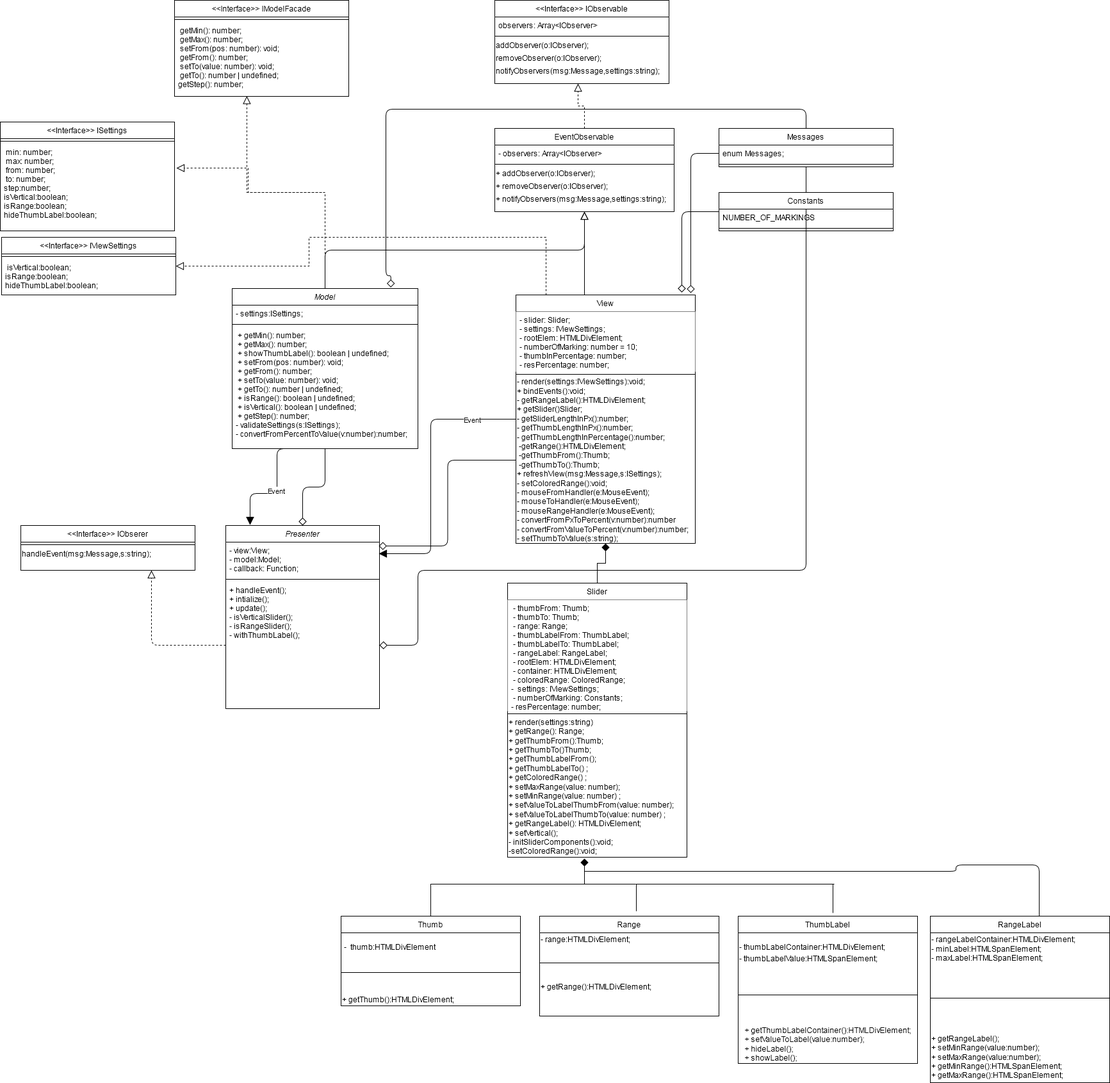
mvodev/FSDCourse4 keeps this draw.io diagram as docs/FSDCourse4UMLDiagram.png. Above is the earlier version. Source tidied: cells renumbered, new cells last; positions are measured from the earlier drawing's top-left corner, leaving out a move shared by most shapes.
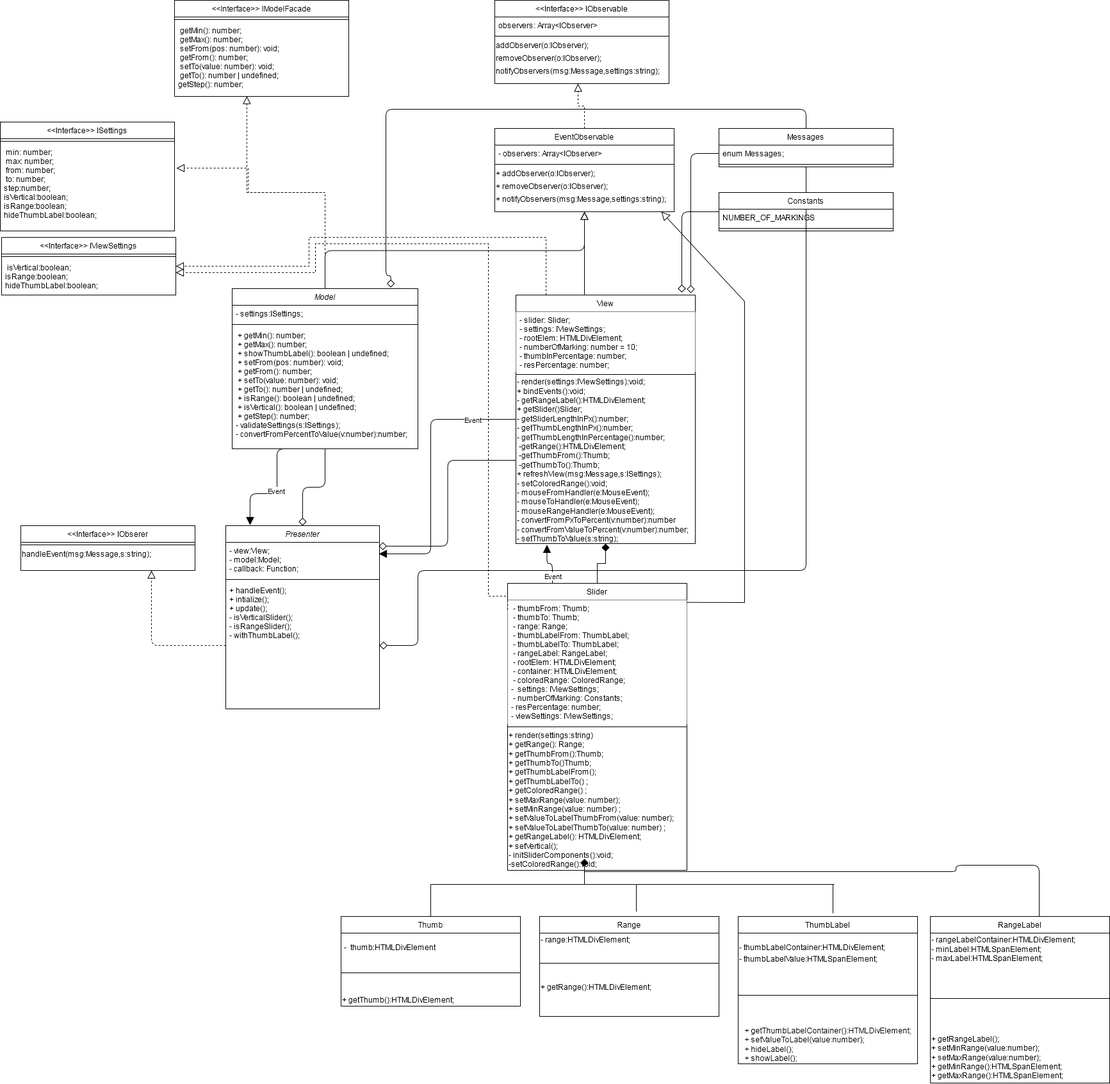
After the change.

Commit message:
UML diagram changed

Diff of the diagram source:
```diff
@@ -134,16 +134,16 @@
       <mxGeometry relative="1" as="geometry" />
     </mxCell>
     <mxCell id="39" value="Slider&#10;" style="swimlane;fontStyle=0;align=center;verticalAlign=top;horizontal=1;startSize=26;rounded=0;shadow=0;strokeWidth=1;" parent="1" vertex="1">
-      <mxGeometry x="792" y="910" width="280" height="428" as="geometry" />
+      <mxGeometry x="792" y="910" width="280" height="448" as="geometry" />
     </mxCell>
-    <mxCell id="40" value=" - thumbFrom: Thumb;&#10; - thumbTo: Thumb;&#10; - range: Range;&#10; - thumbLabelFrom: ThumbLabel;&#10; - thumbLabelTo: ThumbLabel;&#10; - rangeLabel: RangeLabel;&#10; - rootElem: HTMLDivElement;&#10; - container: HTMLDivElement;&#10; - coloredRange: ColoredRange;&#10;-  settings: IViewSettings;&#10; - numberOfMarking: Constants;&#10;- resPercentage: number;&#10;" style="text;align=left;verticalAlign=top;spacingLeft=4;spacingRight=4;overflow=hidden;points=[[0,0.5],[1,0.5]];portConstraint=eastwest;fillColor=#ffffff;" parent="39" vertex="1">
-      <mxGeometry y="26" width="280" height="174" as="geometry" />
+    <mxCell id="40" value=" - thumbFrom: Thumb;&#10; - thumbTo: Thumb;&#10; - range: Range;&#10; - thumbLabelFrom: ThumbLabel;&#10; - thumbLabelTo: ThumbLabel;&#10; - rangeLabel: RangeLabel;&#10; - rootElem: HTMLDivElement;&#10; - container: HTMLDivElement;&#10; - coloredRange: ColoredRange;&#10;-  settings: IViewSettings;&#10; - numberOfMarking: Constants;&#10;- resPercentage: number;&#10;- viewSettings: IViewSettings;&#10;&#10;" style="text;align=left;verticalAlign=top;spacingLeft=4;spacingRight=4;overflow=hidden;points=[[0,0.5],[1,0.5]];portConstraint=eastwest;fillColor=#ffffff;" parent="39" vertex="1">
+      <mxGeometry y="26" width="280" height="194" as="geometry" />
     </mxCell>
     <mxCell id="41" style="line;html=1;strokeWidth=1;align=left;verticalAlign=middle;spacingTop=-1;spacingLeft=3;spacingRight=3;labelPosition=right;" parent="39" vertex="1">
-      <mxGeometry y="200" width="280" height="8" as="geometry" />
+      <mxGeometry y="220" width="280" height="8" as="geometry" />
     </mxCell>
     <mxCell id="42" value="&lt;div align=&quot;left&quot;&gt;+ render(settings:string)&lt;br&gt;+ getRange(): Range;&lt;br&gt;+ getThumbFrom():Thumb;&lt;br&gt;+ getThumbTo()Thumb;&lt;br&gt;+ getThumbLabelFrom();&lt;br&gt;+ getThumbLabelTo() ;&lt;br&gt;+ getColoredRange() ;&lt;br&gt;+ setMaxRange(value: number);&lt;br&gt;+ setMinRange(value: number) ;&lt;br&gt;+ setValueToLabelThumbFrom(value: number);&lt;br&gt;+ setValueToLabelThumbTo(value: number) ;&lt;br&gt;+ getRangeLabel(): HTMLDivElement;&lt;br&gt;+ setVertical();&lt;/div&gt;&lt;div align=&quot;left&quot;&gt;- initSliderComponents():void;&lt;/div&gt;&lt;div align=&quot;left&quot;&gt;-setColoredRange():void;&lt;br&gt;&lt;/div&gt;" style="text;html=1;align=left;verticalAlign=middle;" parent="39" vertex="1">
-      <mxGeometry y="208" width="280" height="220" as="geometry" />
+      <mxGeometry y="228" width="280" height="220" as="geometry" />
     </mxCell>
     <mxCell id="43" style="edgeStyle=orthogonalEdgeStyle;rounded=0;jettySize=auto;html=1;exitX=0.5;exitY=0;exitDx=0;exitDy=0;endArrow=diamond;endFill=1;endSize=10;strokeWidth=1;" parent="1" edge="1" source="44">
       <mxGeometry relative="1" as="geometry">
@@ -327,5 +327,39 @@
         </Array>
       </mxGeometry>
     </mxCell>
+    <mxCell id="89" style="edgeStyle=orthogonalEdgeStyle;rounded=0;jettySize=auto;html=1;dashed=1;endArrow=block;endFill=0;endSize=10;strokeWidth=1;exitX=0;exitY=0.08;exitDx=0;exitDy=0;exitPerimeter=0;" parent="1" edge="1" source="40" target="86">
+      <mxGeometry relative="1" as="geometry">
+        <Array as="points">
+          <mxPoint x="792" y="930" />
+          <mxPoint x="762" y="930" />
+          <mxPoint x="762" y="380" />
+          <mxPoint x="492" y="380" />
+          <mxPoint x="492" y="425" />
+        </Array>
+      </mxGeometry>
+    </mxCell>
+    <mxCell id="90" style="edgeStyle=orthogonalEdgeStyle;rounded=1;jettySize=auto;html=1;entryX=0.173;entryY=1.007;entryDx=0;entryDy=0;entryPerimeter=0;endArrow=block;endFill=1;endSize=10;strokeWidth=1;exitX=0.25;exitY=0;exitDx=0;exitDy=0;" parent="1" edge="1" source="39" target="15">
+      <mxGeometry relative="1" as="geometry" />
+    </mxCell>
+    <mxCell id="91" value="Event" style="edgeLabel;html=1;align=center;verticalAlign=middle;" parent="90" vertex="1">
+      <mxGeometry x="-0.67" relative="1" as="geometry" />
+    </mxCell>
+    <mxCell id="92" style="endArrow=block;html=1;jumpStyle=none;endSize=11;startSize=10;startArrow=none;startFill=0;endFill=0;" parent="1" edge="1">
+      <mxGeometry relative="1" as="geometry">
+        <mxPoint x="1162" y="470" as="sourcePoint" />
+        <mxPoint x="1032" y="330" as="targetPoint" />
+      </mxGeometry>
+    </mxCell>
+    <mxCell id="93" style="endArrow=none;html=1;" parent="1" edge="1">
+      <mxGeometry relative="1" as="geometry">
+        <mxPoint x="1162" y="940" as="sourcePoint" />
+        <mxPoint x="1162" y="470" as="targetPoint" />
+      </mxGeometry>
+    </mxCell>
+    <mxCell id="94" style="endArrow=none;html=1;exitX=0.998;exitY=0.019;exitDx=0;exitDy=0;exitPerimeter=0;" parent="1" edge="1" source="40">
+      <mxGeometry relative="1" as="geometry">
+        <mxPoint x="1162" y="940" as="targetPoint" />
+      </mxGeometry>
+    </mxCell>
   </root>
 </mxGraphModel>
```
